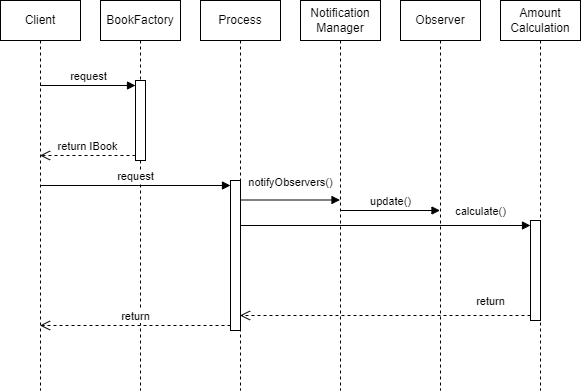
The draw.io diagram image/SequenceDiagram.png in soulcat1128/OOAD, before a commit. Source tidied: cells renumbered, new cells last; positions are measured from the earlier drawing's top-left corner, leaving out a move shared by most shapes. Its diagram source:
```xml
<mxGraphModel>
  <root>
    <mxCell id="0" />
    <mxCell id="1" parent="0" />
    <mxCell id="2" value="BookFactory" style="shape=umlLifeline;perimeter=lifelinePerimeter;whiteSpace=wrap;html=1;newEdgeStyle={&quot;curved&quot;:0,&quot;rounded&quot;:0};" parent="1" vertex="1">
      <mxGeometry x="100" width="80" height="390" as="geometry" />
    </mxCell>
    <mxCell id="3" style="html=1;points=[[0,0,0,0,5],[0,1,0,0,-5],[1,0,0,0,5],[1,1,0,0,-5]];perimeter=orthogonalPerimeter;outlineConnect=0;targetShapes=umlLifeline;portConstraint=eastwest;newEdgeStyle={&quot;curved&quot;:0,&quot;rounded&quot;:0};" parent="2" vertex="1">
      <mxGeometry x="35" y="80" width="10" height="80" as="geometry" />
    </mxCell>
    <mxCell id="4" value="Client" style="shape=umlLifeline;perimeter=lifelinePerimeter;whiteSpace=wrap;html=1;outlineConnect=0;portConstraint=eastwest;newEdgeStyle={&quot;curved&quot;:0,&quot;rounded&quot;:0};" parent="1" vertex="1">
      <mxGeometry width="80" height="390" as="geometry" />
    </mxCell>
    <mxCell id="5" value="request" style="html=1;verticalAlign=bottom;endArrow=block;curved=0;rounded=0;entryX=0;entryY=0;entryDx=0;entryDy=5;" parent="1" edge="1" source="4" target="3">
      <mxGeometry relative="1" as="geometry" />
    </mxCell>
    <mxCell id="6" value="return IBook" style="html=1;verticalAlign=bottom;endArrow=open;dashed=1;endSize=8;curved=0;rounded=0;exitX=0;exitY=1;exitDx=0;exitDy=-5;" parent="1" edge="1" source="3" target="4">
      <mxGeometry relative="1" as="geometry" />
    </mxCell>
    <mxCell id="7" value="&lt;div&gt;&lt;span style=&quot;background-color: transparent; color: light-dark(rgb(0, 0, 0), rgb(255, 255, 255));&quot;&gt;Process&lt;/span&gt;&lt;/div&gt;" style="shape=umlLifeline;perimeter=lifelinePerimeter;whiteSpace=wrap;html=1;outlineConnect=0;portConstraint=eastwest;newEdgeStyle={&quot;curved&quot;:0,&quot;rounded&quot;:0};" parent="1" vertex="1">
      <mxGeometry x="200" width="80" height="390" as="geometry" />
    </mxCell>
    <mxCell id="8" style="html=1;points=[[0,0,0,0,5],[0,1,0,0,-5],[1,0,0,0,5],[1,1,0,0,-5]];perimeter=orthogonalPerimeter;outlineConnect=0;targetShapes=umlLifeline;portConstraint=eastwest;newEdgeStyle={&quot;curved&quot;:0,&quot;rounded&quot;:0};" parent="7" vertex="1">
      <mxGeometry x="30" y="180" width="10" height="150" as="geometry" />
    </mxCell>
    <mxCell id="9" value="request" style="html=1;verticalAlign=bottom;endArrow=block;curved=0;rounded=0;entryX=0;entryY=0;entryDx=0;entryDy=5;" parent="1" edge="1" source="4" target="8">
      <mxGeometry relative="1" as="geometry" />
    </mxCell>
    <mxCell id="10" value="return" style="html=1;verticalAlign=bottom;endArrow=open;dashed=1;endSize=8;curved=0;rounded=0;exitX=0;exitY=1;exitDx=0;exitDy=-5;" parent="1" edge="1" source="8" target="4">
      <mxGeometry relative="1" as="geometry" />
    </mxCell>
    <mxCell id="11" value="Observer" style="shape=umlLifeline;perimeter=lifelinePerimeter;whiteSpace=wrap;html=1;newEdgeStyle={&quot;curved&quot;:0,&quot;rounded&quot;:0};" parent="1" vertex="1">
      <mxGeometry x="400" width="80" height="390" as="geometry" />
    </mxCell>
    <mxCell id="12" value="Notification&lt;div&gt;Manager&lt;/div&gt;" style="shape=umlLifeline;perimeter=lifelinePerimeter;whiteSpace=wrap;html=1;newEdgeStyle={&quot;curved&quot;:0,&quot;rounded&quot;:0};" parent="1" vertex="1">
      <mxGeometry x="300" width="80" height="390" as="geometry" />
    </mxCell>
    <mxCell id="13" value="notifyObservers()" style="html=1;verticalAlign=bottom;endArrow=block;curved=0;rounded=0;" parent="1" edge="1">
      <mxGeometry x="0.01" y="9" relative="1" as="geometry">
        <mxPoint x="240" y="199.5" as="sourcePoint" />
        <mxPoint x="339.5" y="199.5" as="targetPoint" />
      </mxGeometry>
    </mxCell>
    <mxCell id="14" value="update()" style="html=1;verticalAlign=bottom;endArrow=block;curved=0;rounded=0;" parent="1" edge="1">
      <mxGeometry relative="1" as="geometry">
        <mxPoint x="339.5" y="210" as="sourcePoint" />
        <mxPoint x="439.5" y="210" as="targetPoint" />
      </mxGeometry>
    </mxCell>
    <mxCell id="15" value="&lt;div&gt;&lt;span style=&quot;background-color: transparent; color: light-dark(rgb(0, 0, 0), rgb(255, 255, 255));&quot;&gt;Amount&lt;/span&gt;&lt;/div&gt;&lt;div&gt;Calculation&lt;/div&gt;" style="shape=umlLifeline;perimeter=lifelinePerimeter;whiteSpace=wrap;html=1;newEdgeStyle={&quot;curved&quot;:0,&quot;rounded&quot;:0};" parent="1" vertex="1">
      <mxGeometry x="500" width="80" height="390" as="geometry" />
    </mxCell>
    <mxCell id="16" style="html=1;points=[[0,0,0,0,5],[0,1,0,0,-5],[1,0,0,0,5],[1,1,0,0,-5]];perimeter=orthogonalPerimeter;outlineConnect=0;targetShapes=umlLifeline;portConstraint=eastwest;newEdgeStyle={&quot;curved&quot;:0,&quot;rounded&quot;:0};" parent="15" vertex="1">
      <mxGeometry x="30" y="220" width="10" height="100" as="geometry" />
    </mxCell>
    <mxCell id="17" value="calculate()" style="html=1;verticalAlign=bottom;endArrow=block;curved=0;rounded=0;entryX=0;entryY=0;entryDx=0;entryDy=5;" parent="1" edge="1" source="7" target="16">
      <mxGeometry x="0.66" y="5" relative="1" as="geometry" />
    </mxCell>
    <mxCell id="18" value="return" style="html=1;verticalAlign=bottom;endArrow=open;dashed=1;endSize=8;curved=0;rounded=0;exitX=0;exitY=1;exitDx=0;exitDy=-5;" parent="1" edge="1" source="16" target="7">
      <mxGeometry x="-0.72" y="-5" relative="1" as="geometry" />
    </mxCell>
  </root>
</mxGraphModel>
```
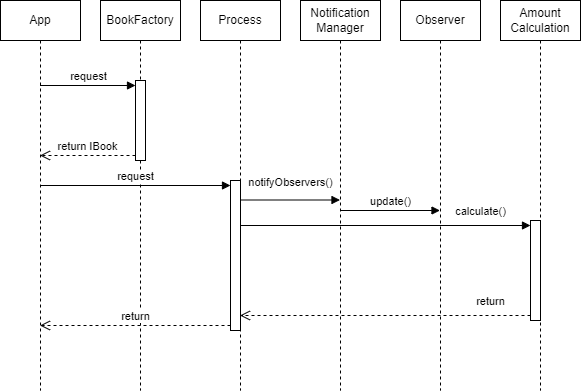
After the commit.

Change to the diagram source:
```diff
@@ -8,7 +8,7 @@
     <mxCell id="3" style="html=1;points=[[0,0,0,0,5],[0,1,0,0,-5],[1,0,0,0,5],[1,1,0,0,-5]];perimeter=orthogonalPerimeter;outlineConnect=0;targetShapes=umlLifeline;portConstraint=eastwest;newEdgeStyle={&quot;curved&quot;:0,&quot;rounded&quot;:0};" parent="2" vertex="1">
       <mxGeometry x="35" y="80" width="10" height="80" as="geometry" />
     </mxCell>
-    <mxCell id="4" value="Client" style="shape=umlLifeline;perimeter=lifelinePerimeter;whiteSpace=wrap;html=1;outlineConnect=0;portConstraint=eastwest;newEdgeStyle={&quot;curved&quot;:0,&quot;rounded&quot;:0};" parent="1" vertex="1">
+    <mxCell id="4" value="App" style="shape=umlLifeline;perimeter=lifelinePerimeter;whiteSpace=wrap;html=1;outlineConnect=0;portConstraint=eastwest;newEdgeStyle={&quot;curved&quot;:0,&quot;rounded&quot;:0};" parent="1" vertex="1">
       <mxGeometry width="80" height="390" as="geometry" />
     </mxCell>
     <mxCell id="5" value="request" style="html=1;verticalAlign=bottom;endArrow=block;curved=0;rounded=0;entryX=0;entryY=0;entryDx=0;entryDy=5;" parent="1" edge="1" source="4" target="3">
```
